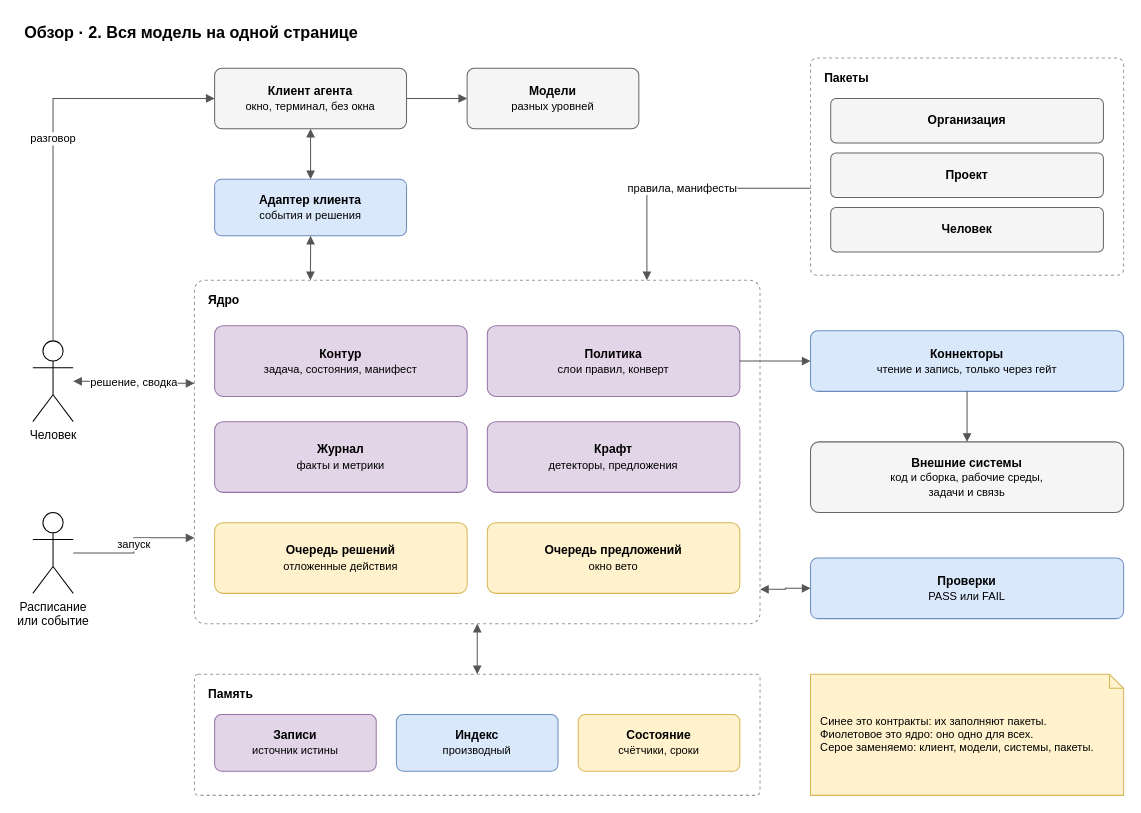
This is page "1. Вся модель" (1 of 24) of docs/spec/harness-spec.drawio from roygkov/reins, a draw.io file, before an edit. Source tidied: cells renumbered, new cells numbered last; positions are measured from the earlier drawing's top-left corner, leaving out a move shared by most shapes. Both pictures are drawn from the tidied source at 101%, with x=0, y=0 at pixel (22, 17).
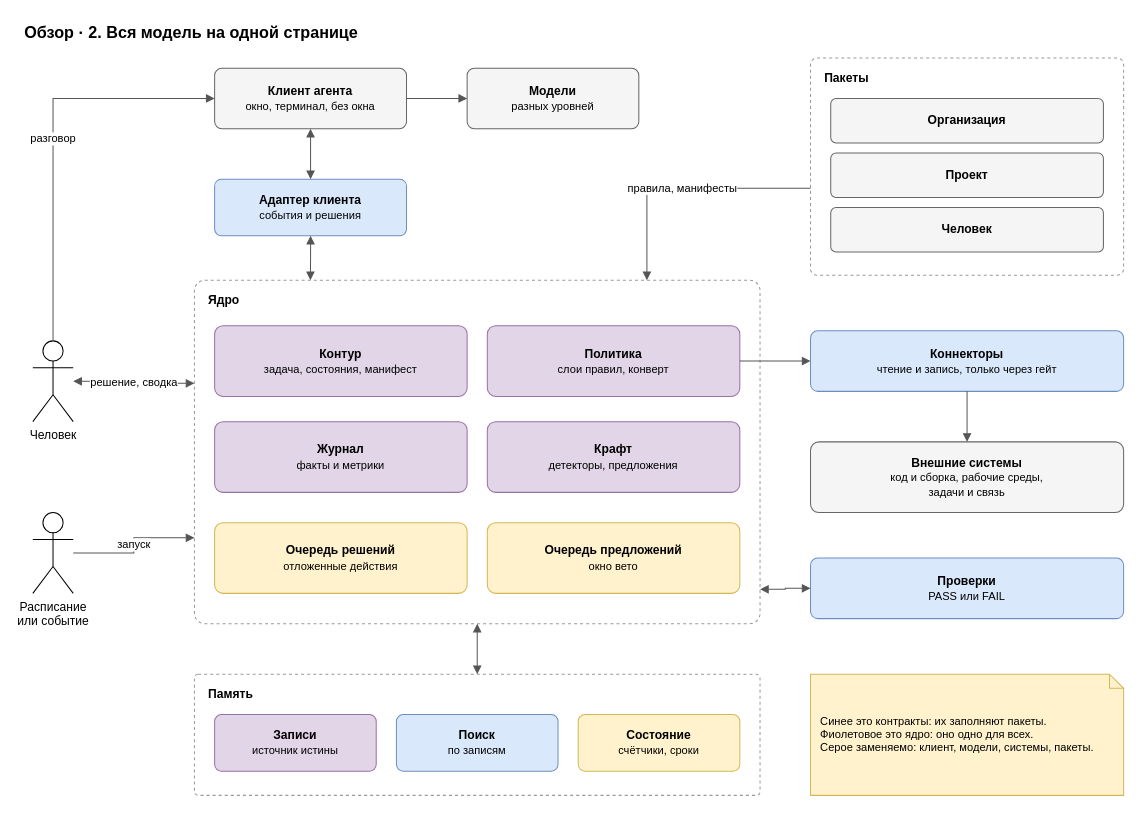
The same diagram, later.

What changed in the source:
```diff
@@
-    <mxCell id="24" value="&lt;b&gt;Индекс&lt;/b&gt;&lt;br&gt;&lt;font style=&quot;font-size:11px&quot;&gt;производный&lt;/font&gt;" style="rounded=1;whiteSpace=wrap;html=1;fillColor=#dae8fc;strokeColor=#6c8ebf;arcSize=12;" parent="1" vertex="1">
+    <mxCell id="24" value="&lt;b&gt;Поиск&lt;/b&gt;&lt;br&gt;&lt;font style=&quot;font-size:11px&quot;&gt;по записям&lt;/font&gt;" style="rounded=1;whiteSpace=wrap;html=1;fillColor=#dae8fc;strokeColor=#6c8ebf;arcSize=12;" parent="1" vertex="1">
       <mxGeometry x="370" y="690" width="160" height="56" as="geometry" />
     </mxCell>
```
